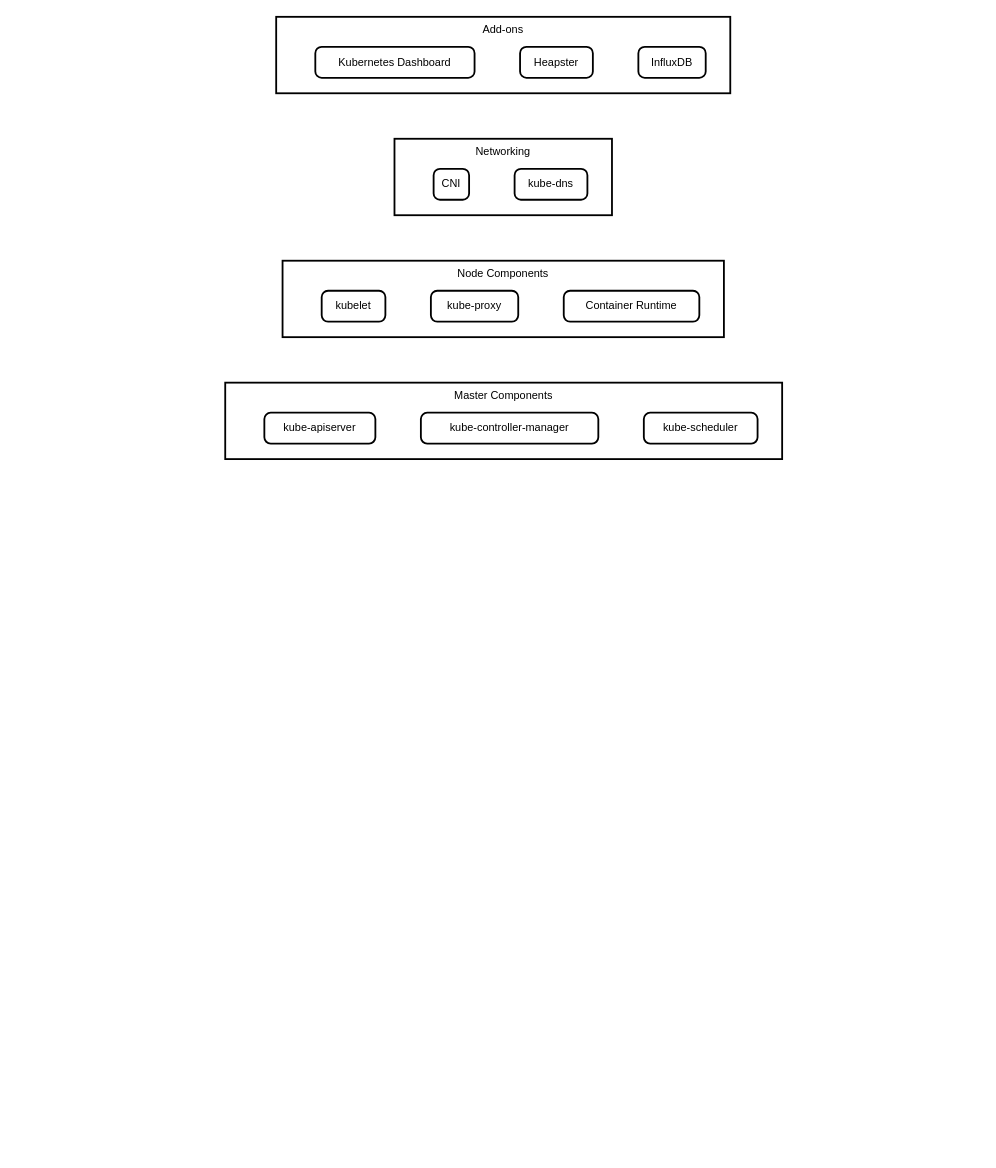
Above: Kubernetes_Cluster.drawio in Arvind9618/Kubernetes_installation (draw.io), before the change. Source tidied: cells renumbered, new cells numbered last; positions are measured from the earlier drawing's top-left corner, leaving out a move shared by most shapes. Both pictures are drawn from the tidied source at 91%, with x=0, y=0 at pixel (225, 16).
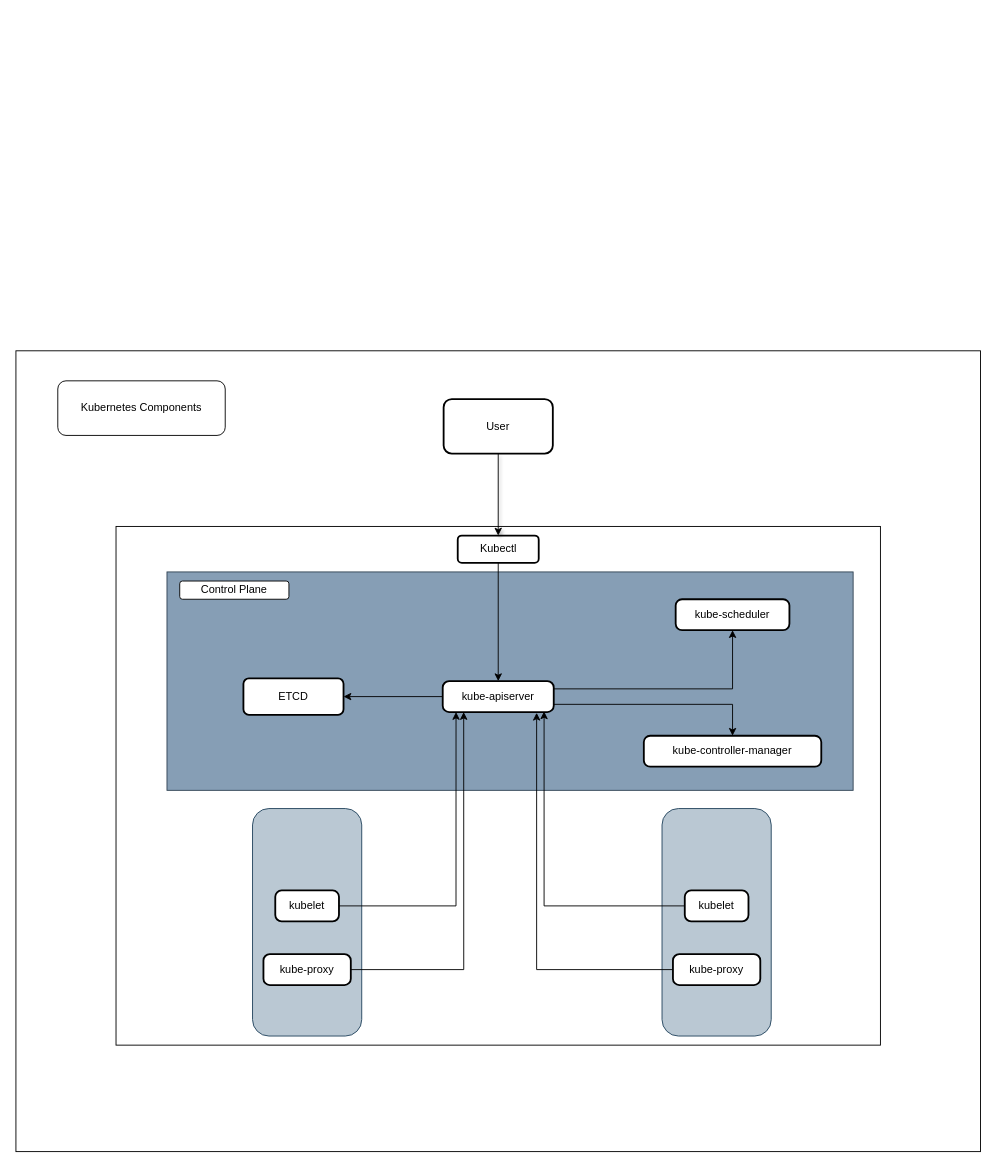
The same page after the edit.

What changed in the source:
```diff
@@
-    <mxCell id="2" value="Add-ons" style="whiteSpace=wrap;strokeWidth=2;verticalAlign=top;" parent="1" vertex="1">
-      <mxGeometry x="56" width="499" height="84" as="geometry" />
-    </mxCell>
-    <mxCell id="3" value="Kubernetes Dashboard" style="rounded=1;absoluteArcSize=1;arcSize=14;whiteSpace=wrap;strokeWidth=2;" parent="2" vertex="1">
-      <mxGeometry x="43" y="33" width="175" height="34" as="geometry" />
-    </mxCell>
-    <mxCell id="4" value="Heapster" style="rounded=1;absoluteArcSize=1;arcSize=14;whiteSpace=wrap;strokeWidth=2;" parent="2" vertex="1">
-      <mxGeometry x="268" y="33" width="80" height="34" as="geometry" />
-    </mxCell>
-    <mxCell id="5" value="InfluxDB" style="rounded=1;absoluteArcSize=1;arcSize=14;whiteSpace=wrap;strokeWidth=2;" parent="2" vertex="1">
-      <mxGeometry x="398" y="33" width="74" height="34" as="geometry" />
-    </mxCell>
-    <mxCell id="6" value="Networking" style="whiteSpace=wrap;strokeWidth=2;verticalAlign=top;" parent="1" vertex="1">
-      <mxGeometry x="186" y="134" width="239" height="84" as="geometry" />
-    </mxCell>
-    <mxCell id="7" value="CNI" style="rounded=1;absoluteArcSize=1;arcSize=14;whiteSpace=wrap;strokeWidth=2;" parent="6" vertex="1">
-      <mxGeometry x="43" y="33" width="39" height="34" as="geometry" />
-    </mxCell>
-    <mxCell id="8" value="kube-dns" style="rounded=1;absoluteArcSize=1;arcSize=14;whiteSpace=wrap;strokeWidth=2;" parent="6" vertex="1">
-      <mxGeometry x="132" y="33" width="80" height="34" as="geometry" />
-    </mxCell>
-    <mxCell id="9" value="Node Components" style="whiteSpace=wrap;strokeWidth=2;verticalAlign=top;" parent="1" vertex="1">
-      <mxGeometry x="63" y="268" width="485" height="84" as="geometry" />
-    </mxCell>
+    <mxCell id="17" style="rounded=0;whiteSpace=wrap;html=1;" parent="1" vertex="1">
+      <mxGeometry x="-230" y="367" width="1060" height="880" as="geometry" />
+    </mxCell>
+    <mxCell id="18" style="rounded=0;whiteSpace=wrap;html=1;" parent="1" vertex="1">
+      <mxGeometry x="-120" y="560" width="840" height="570" as="geometry" />
+    </mxCell>
+    <mxCell id="19" style="rounded=0;whiteSpace=wrap;html=1;align=left;fillColor=#869EB5;fontColor=#ffffff;strokeColor=#314354;" parent="1" vertex="1">
+      <mxGeometry x="-64" y="610" width="754" height="240" as="geometry" />
+    </mxCell>
+    <mxCell id="20" style="edgeStyle=orthogonalEdgeStyle;rounded=0;jettySize=auto;html=1;exitX=0;exitY=0.5;exitDx=0;exitDy=0;flowAnimation=1;" parent="1" edge="1" source="14" target="23">
+      <mxGeometry relative="1" as="geometry" />
+    </mxCell>
+    <mxCell id="21" style="edgeStyle=orthogonalEdgeStyle;rounded=0;jettySize=auto;html=1;entryX=0.5;entryY=0;entryDx=0;entryDy=0;exitX=1;exitY=0.75;exitDx=0;exitDy=0;flowAnimation=1;" parent="1" edge="1" source="14" target="15">
+      <mxGeometry relative="1" as="geometry" />
+    </mxCell>
+    <mxCell id="22" style="edgeStyle=orthogonalEdgeStyle;rounded=0;jettySize=auto;html=1;exitX=1;exitY=0.25;exitDx=0;exitDy=0;entryX=0.5;entryY=1;entryDx=0;entryDy=0;flowAnimation=1;" parent="1" edge="1" source="14" target="16">
+      <mxGeometry relative="1" as="geometry" />
+    </mxCell>
+    <mxCell id="14" value="kube-apiserver" style="rounded=1;absoluteArcSize=1;arcSize=14;whiteSpace=wrap;strokeWidth=2;" parent="1" vertex="1">
+      <mxGeometry x="239" y="730" width="122" height="34" as="geometry" />
+    </mxCell>
+    <mxCell id="16" value="kube-scheduler" style="rounded=1;absoluteArcSize=1;arcSize=14;whiteSpace=wrap;strokeWidth=2;" parent="1" vertex="1">
+      <mxGeometry x="495" y="640" width="125" height="34" as="geometry" />
+    </mxCell>
+    <mxCell id="15" value="kube-controller-manager" style="rounded=1;absoluteArcSize=1;arcSize=14;whiteSpace=wrap;strokeWidth=2;" parent="1" vertex="1">
+      <mxGeometry x="460" y="790" width="195" height="34" as="geometry" />
+    </mxCell>
+    <mxCell id="23" value="ETCD" style="rounded=1;whiteSpace=wrap;html=1;glass=0;strokeWidth=2;" parent="1" vertex="1">
+      <mxGeometry x="20" y="727" width="110" height="40" as="geometry" />
+    </mxCell>
+    <mxCell id="24" style="edgeStyle=orthogonalEdgeStyle;rounded=0;jettySize=auto;html=1;exitX=0.5;exitY=1;exitDx=0;exitDy=0;flowAnimation=1;" parent="1" edge="1" source="25" target="14">
+      <mxGeometry relative="1" as="geometry" />
+    </mxCell>
+    <mxCell id="25" value="Kubectl" style="rounded=1;whiteSpace=wrap;html=1;strokeWidth=2;" parent="1" vertex="1">
+      <mxGeometry x="255.5" y="570" width="89" height="30" as="geometry" />
+    </mxCell>
+    <mxCell id="26" value="Control Plane" style="rounded=1;whiteSpace=wrap;html=1;" parent="1" vertex="1">
+      <mxGeometry x="-50" y="620" width="120" height="20" as="geometry" />
+    </mxCell>
+    <mxCell id="27" style="rounded=1;whiteSpace=wrap;html=1;fillColor=#bac8d3;strokeColor=#23445d;" parent="1" vertex="1">
+      <mxGeometry x="30" y="870" width="120" height="250" as="geometry" />
+    </mxCell>
-    <mxCell id="10" value="kubelet" style="rounded=1;absoluteArcSize=1;arcSize=14;whiteSpace=wrap;strokeWidth=2;" parent="9" vertex="1">
-      <mxGeometry x="43" y="33" width="70" height="34" as="geometry" />
+    <mxCell id="10" value="kubelet" style="rounded=1;absoluteArcSize=1;arcSize=14;whiteSpace=wrap;strokeWidth=2;" parent="1" vertex="1">
+      <mxGeometry x="55" y="960" width="70" height="34" as="geometry" />
     </mxCell>
-    <mxCell id="11" value="kube-proxy" style="rounded=1;absoluteArcSize=1;arcSize=14;whiteSpace=wrap;strokeWidth=2;" parent="9" vertex="1">
-      <mxGeometry x="163" y="33" width="96" height="34" as="geometry" />
+    <mxCell id="11" value="kube-proxy" style="rounded=1;absoluteArcSize=1;arcSize=14;whiteSpace=wrap;strokeWidth=2;" parent="1" vertex="1">
+      <mxGeometry x="42" y="1030" width="96" height="34" as="geometry" />
     </mxCell>
-    <mxCell id="12" value="Container Runtime" style="rounded=1;absoluteArcSize=1;arcSize=14;whiteSpace=wrap;strokeWidth=2;" parent="9" vertex="1">
-      <mxGeometry x="309" y="33" width="149" height="34" as="geometry" />
-    </mxCell>
-    <mxCell id="13" value="Master Components" style="whiteSpace=wrap;strokeWidth=2;verticalAlign=top;" parent="1" vertex="1">
-      <mxGeometry y="402" width="612" height="84" as="geometry" />
-    </mxCell>
-    <mxCell id="14" value="kube-apiserver" style="rounded=1;absoluteArcSize=1;arcSize=14;whiteSpace=wrap;strokeWidth=2;" parent="13" vertex="1">
-      <mxGeometry x="43" y="33" width="122" height="34" as="geometry" />
-    </mxCell>
-    <mxCell id="15" value="kube-controller-manager" style="rounded=1;absoluteArcSize=1;arcSize=14;whiteSpace=wrap;strokeWidth=2;" parent="13" vertex="1">
-      <mxGeometry x="215" y="33" width="195" height="34" as="geometry" />
-    </mxCell>
-    <mxCell id="16" value="kube-scheduler" style="rounded=1;absoluteArcSize=1;arcSize=14;whiteSpace=wrap;strokeWidth=2;" parent="13" vertex="1">
-      <mxGeometry x="460" y="33" width="125" height="34" as="geometry" />
-    </mxCell>
+    <mxCell id="28" style="rounded=1;whiteSpace=wrap;html=1;fillColor=#bac8d3;strokeColor=#23445d;" parent="1" vertex="1">
+      <mxGeometry x="480" y="870" width="120" height="250" as="geometry" />
+    </mxCell>
+    <mxCell id="29" value="kubelet" style="rounded=1;absoluteArcSize=1;arcSize=14;whiteSpace=wrap;strokeWidth=2;" parent="1" vertex="1">
+      <mxGeometry x="505" y="960" width="70" height="34" as="geometry" />
+    </mxCell>
+    <mxCell id="30" value="kube-proxy" style="rounded=1;absoluteArcSize=1;arcSize=14;whiteSpace=wrap;strokeWidth=2;" parent="1" vertex="1">
+      <mxGeometry x="492" y="1030" width="96" height="34" as="geometry" />
+    </mxCell>
+    <mxCell id="31" style="edgeStyle=orthogonalEdgeStyle;rounded=0;jettySize=auto;html=1;exitX=1;exitY=0.5;exitDx=0;exitDy=0;entryX=0.12;entryY=1;entryDx=0;entryDy=0;entryPerimeter=0;flowAnimation=1;" parent="1" edge="1" source="10" target="14">
+      <mxGeometry relative="1" as="geometry" />
+    </mxCell>
+    <mxCell id="32" style="edgeStyle=orthogonalEdgeStyle;rounded=0;jettySize=auto;html=1;exitX=1;exitY=0.5;exitDx=0;exitDy=0;entryX=0.189;entryY=1;entryDx=0;entryDy=0;entryPerimeter=0;flowAnimation=1;" parent="1" edge="1" source="11" target="14">
+      <mxGeometry relative="1" as="geometry" />
+    </mxCell>
+    <mxCell id="33" style="edgeStyle=orthogonalEdgeStyle;rounded=0;jettySize=auto;html=1;exitX=0;exitY=0.5;exitDx=0;exitDy=0;entryX=0.913;entryY=0.979;entryDx=0;entryDy=0;entryPerimeter=0;flowAnimation=1;" parent="1" edge="1" source="29" target="14">
+      <mxGeometry relative="1" as="geometry" />
+    </mxCell>
+    <mxCell id="34" style="rounded=0;jettySize=auto;html=1;exitX=0;exitY=0.5;exitDx=0;exitDy=0;entryX=0.846;entryY=1.024;entryDx=0;entryDy=0;entryPerimeter=0;flowAnimation=1;elbow=vertical;edgeStyle=orthogonalEdgeStyle;strokeColor=default;" parent="1" edge="1" source="30" target="14">
+      <mxGeometry relative="1" as="geometry" />
+    </mxCell>
+    <mxCell id="35" style="edgeStyle=orthogonalEdgeStyle;rounded=0;jettySize=auto;html=1;exitX=0.5;exitY=1;exitDx=0;exitDy=0;entryX=0.5;entryY=0;entryDx=0;entryDy=0;noJump=0;enumerate=0;backgroundOutline=0;flowAnimation=1;shadow=1;" parent="1" edge="1" source="36" target="25">
+      <mxGeometry relative="1" as="geometry" />
+    </mxCell>
+    <mxCell id="36" value="User" style="rounded=1;whiteSpace=wrap;html=1;strokeWidth=2;" parent="1" vertex="1">
+      <mxGeometry x="240" y="420" width="120" height="60" as="geometry" />
+    </mxCell>
+    <mxCell id="37" value="Kubernetes Components" style="rounded=1;whiteSpace=wrap;html=1;fillColor=none;" parent="1" vertex="1">
+      <mxGeometry x="-184" y="400" width="184" height="60" as="geometry" />
+    </mxCell>
```
